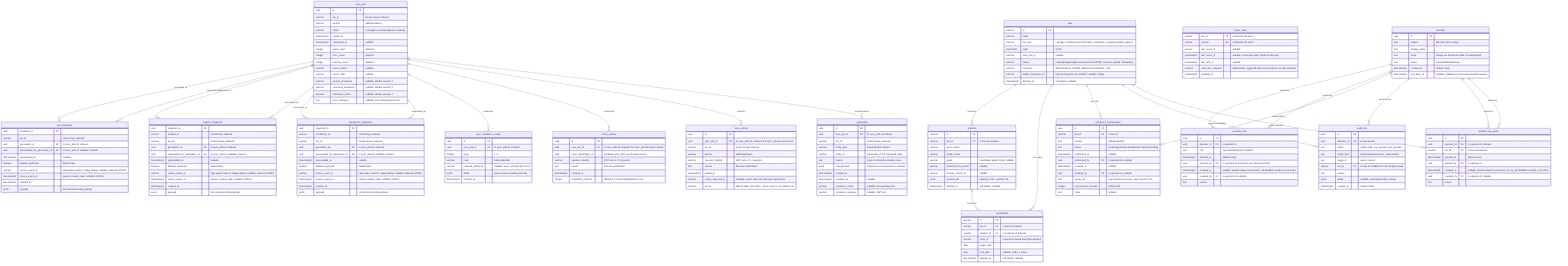
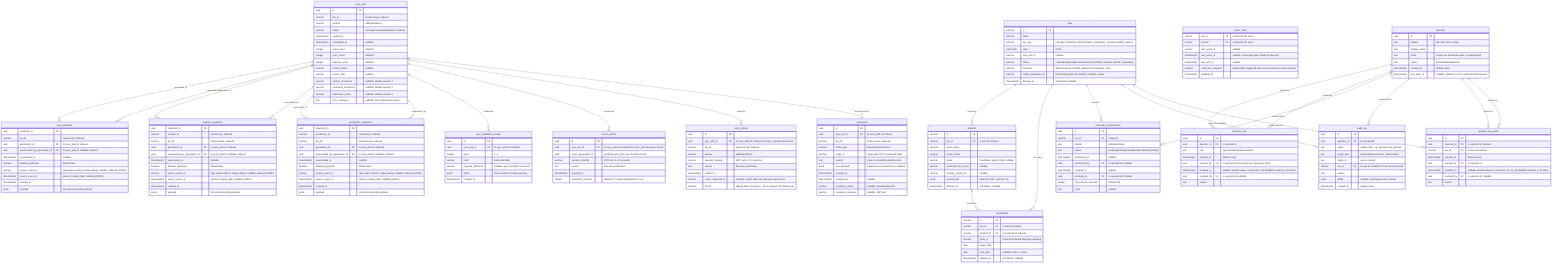
erDiagram
    leas ||--o{ students : "has many"
    leas ||--o{ enrollments : "has many"
    students ||--o{ enrollments : "enrolled in"

    sync_jobs ||--o{ lea_snapshots : "generation_id"
    sync_jobs ||--o{ lea_snapshots : "superseded_by"
    sync_jobs ||--o{ student_snapshots : "generation_id"
    sync_jobs ||--o{ student_snapshots : "superseded_by"
    sync_jobs ||--o{ enrollment_snapshots : "generation_id"
    sync_jobs ||--o{ enrollment_snapshots : "superseded_by"

    sync_jobs ||--o{ sync_validation_results : "audited by"
    sync_jobs ||--o{ revert_actions : "reverted by"
    sync_jobs ||--o{ retry_actions : "retried by"
    sync_jobs ||--o{ quarantine : "quarantined by"

    leas {
        varchar id PK
        varchar name
        varchar lea_type "LeaType: traditional_district|charter_lea|charter_cmo|boces|state_agency"
        varchar(2) state "USPS"
        varchar nces_lea_id "nullable"
        varchar status "onboarding|active|decommissioned (V0009); indexed; default 'onboarding'"
        varchar timezone "IANA timezone (V0009); default 'America/New_York'"
        varchar edlink_integration_id "EdLink integration id (V0009); nullable; unique"
        timestamptz deleted_at "soft-delete; nullable"
    }

    students {
        varchar id PK
        varchar lea_id FK "to leas.id; indexed"
        varchar given_name
        varchar family_name
        varchar grade "OneRoster grade string; nullable"
        varchar preferred_first_name "nullable"
        varchar primary_school_id "nullable"
        jsonb external_ids "default {}; SIS + partner IDs"
        timestamptz deleted_at "soft-delete; nullable"
    }

    enrollments {
        varchar id PK
        varchar lea_id FK "to leas.id; indexed"
        varchar student_id FK "to students.id; indexed"
        varchar class_id "canonical ClassId NewType pending"
        date begin_date
        date end_date "nullable; NULL = active"
        timestamptz deleted_at "soft-delete; nullable"
    }

    lea_snapshots {
        uuid snapshot_id PK
        varchar lea_id "natural key; indexed"
        uuid generation_id FK "to sync_jobs.id; indexed"
        uuid superseded_by_generation_id FK "to sync_jobs.id; nullable; indexed"
        timestamptz superseded_at "nullable"
        boolean deleted_upstream "default false"
        varchar source_event_id "high-water mark for replay dedup; nullable; indexed (V0002)"
        timestamptz source_event_at "partner created_date; nullable (V0002)"
        timestamptz created_at
        jsonb payload "full canonical entity payload"
    }

    student_snapshots {
        uuid snapshot_id PK
        varchar student_id "natural key; indexed"
        varchar lea_id "tenant scope; indexed"
        uuid generation_id FK "to sync_jobs.id; indexed"
        uuid superseded_by_generation_id FK "to sync_jobs.id; nullable; indexed"
        timestamptz superseded_at "nullable"
        boolean deleted_upstream "default false"
        varchar source_event_id "high-water mark for replay dedup; nullable; indexed (V0002)"
        timestamptz source_event_at "partner created_date; nullable (V0002)"
        timestamptz created_at
        jsonb payload "full canonical entity payload"
    }

    enrollment_snapshots {
        uuid snapshot_id PK
        varchar enrollment_id "natural key; indexed"
        varchar lea_id "tenant scope; indexed"
        uuid generation_id FK "to sync_jobs.id; indexed"
        uuid superseded_by_generation_id FK "to sync_jobs.id; nullable; indexed"
        timestamptz superseded_at "nullable"
        boolean deleted_upstream "default false"
        varchar source_event_id "high-water mark for replay dedup; nullable; indexed (V0002)"
        timestamptz source_event_at "partner created_date; nullable (V0002)"
        timestamptz created_at
        jsonb payload "full canonical entity payload"
    }

    sync_jobs {
        uuid id PK
        varchar lea_id "tenant scope; indexed"
        varchar partner "edlink|ednition|..."
        varchar status "running|success|failed|revert; indexed"
        timestamptz started_at
        timestamptz completed_at "nullable"
        integer event_count "default 0"
        integer error_count "default 0"
        integer warning_count "default 0"
        varchar cursor_before "nullable"
        varchar cursor_after "nullable"
        varchar partner_checksum "nullable; Merkle session 3"
        varchar canonical_checksum "nullable; Merkle session 3"
        boolean checksum_match "nullable; Merkle session 3"
        text error_summary "nullable; short blocking-issue list"
    }

    sync_validation_results {
        uuid id PK
        uuid sync_job_id FK "to sync_jobs.id; indexed"
        integer layer "1..5"
        varchar code "stable identifier"
        varchar payload_reference "nullable; event_id when per-event"
        jsonb detail "issue context including severity"
        timestamptz created_at
    }

    revert_actions {
        uuid id PK
        uuid sync_job_id FK "to sync_jobs.id; indexed; the sync_job that was reverted"
        uuid revert_generation_id "synthetic sync_jobs row of status=revert"
        varchar operator_identity "JWT sub or CLI operator"
        text reason "free-text justification"
        timestamptz reverted_at
        integer snapshots_restored "default 0; 0 means idempotent no-op"
    }

    retry_actions {
        uuid id PK
        uuid sync_job_id FK "to sync_jobs.id; indexed; the sync_job that was retried"
        varchar lea_id "tenant scope; indexed"
        varchar partner "edlink|ednition|..."
        varchar operator_identity "JWT sub or CLI operator"
        text reason "free-text justification"
        timestamptz retried_at
        varchar cursor_rewound_to "nullable; cursor value the LEA was rewound to"
        boolean forced "default false; true when --force used on non-failed sync"
    }

    quarantine {
        uuid id PK
        uuid sync_job_id FK "to sync_jobs.id; indexed"
        varchar lea_id "tenant scope; indexed"
        varchar entity_type "lea|student|enrollment"
        varchar entity_id "natural key of the orphaned entity"
        text reason "Layer 4 referential violation note"
        jsonb raw_payload "original event payload for re-release"
        timestamptz created_at
        timestamptz resolved_at "nullable"
        varchar resolution_status "nullable; released|rejected"
        varchar resolution_operator "nullable; JWT sub"
    }

    cursor_state {
        varchar lea_id PK "composite PK part 1"
        varchar partner PK "composite PK part 2"
        varchar last_event_id "nullable"
        timestamptz last_event_at "nullable; cursor-lag query feeds 20-day alert"
        timestamptz last_poll_at "nullable"
        boolean cold_start_required "default false; triggered when cursor passes 30-day retention"
        timestamptz updated_at
    }

    operator ||--o{ operator_role : "granted to"
    operator ||--o{ operator_role : "granted by"
    operator ||--o{ connector_authorization : "authorized by"
    operator ||--o{ audit_log : "performed by"
    leas ||--o{ connector_authorization : "per LEA"
    leas ||--o{ audit_log : "scoped to (nullable)"

    operator {
        uuid id PK
        text subject "IdP sub claim; unique"
        text display_name
        text email "unique via functional index on lower(email)"
        text status "active|disabled|locked"
        timestamptz created_at "default now()"
        timestamptz last_seen_at "nullable; updated on each authenticated request"
    }

    operator_role {
        uuid id PK
        uuid operator_id FK "to operator.id"
        text role "operator|admin|owner|auditor"
        timestamptz granted_at "default now()"
        uuid granted_by FK "to operator.id; bootstrap row references itself"
        timestamptz revoked_at "nullable; partial unique on (operator_id) WHERE revoked_at IS NULL"
        uuid revoked_by FK "to operator.id; nullable"
        text reason
    }

    connector_authorization {
        uuid id PK
        varchar lea_id FK "to leas.id"
        text partner "edlink|ednition|..."
        text status "pending|active|revoked|locked; default pending"
        timestamptz authorized_at "nullable"
        uuid authorized_by FK "to operator.id; nullable"
        timestamptz revoked_at "nullable"
        uuid revoked_by FK "to operator.id; nullable"
-         text secret_ref "Key Vault secret name; value never in PG"
        integer poll_interval_seconds "default 300"
        text notes "nullable"
    }

    audit_log {
        uuid id PK
        uuid operator_id FK "to operator.id"
        text action "stable code, e.g. operator.role_granted"
        text target_kind "operator|lea|connector_authorization"
        text target_id "uuid or LEA id"
        varchar lea_id FK "to leas.id; nullable for LEA-scoped reads"
        text reason
        jsonb detail "nullable; structured action context"
        timestamptz created_at "default now()"
    }

    operator ||--o{ operator_lea_grant : "granted to"
    operator ||--o{ operator_lea_grant : "granted by"
    leas ||--o{ operator_lea_grant : "scopes operator"

    operator_lea_grant {
        uuid id PK
        uuid operator_id FK "to operator.id; indexed"
        varchar lea_id FK "to leas.id; indexed"
        timestamptz granted_at "default now()"
        uuid granted_by FK "to operator.id"
        timestamptz revoked_at "nullable; partial unique on (operator_id, lea_id) WHERE revoked_at IS NULL"
        uuid revoked_by FK "to operator.id; nullable"
        text reason
    }
